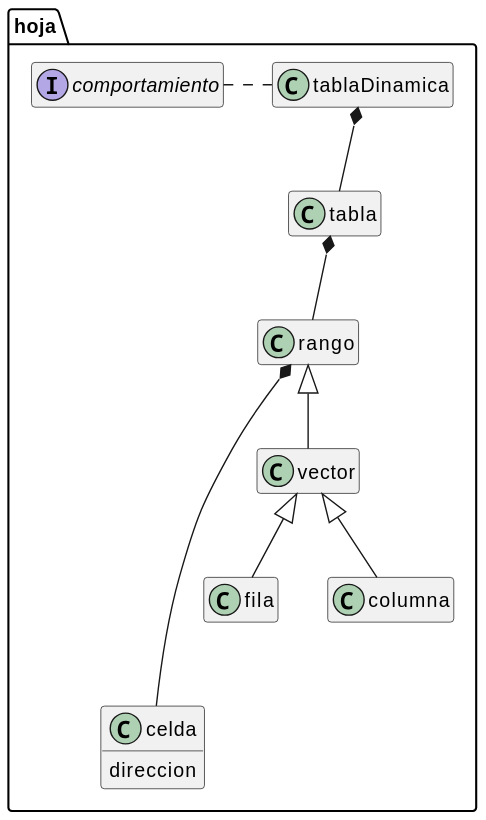
The PlantUML diagram images/modelosUML/docs/UMLdocs/esquema000.svg in mmasias/hdC, before a commit. The source it was exported from:
```plantuml
@startuml
hide empty members

package hoja{
    interface comportamiento
    rango *---- celda
    rango <|-- vector
    vector <|-- fila
    vector <|-- columna
    tabla *-- rango
    tablaDinamica *-- tabla
    tablaDinamica .l. comportamiento
}

class celda{
    direccion
}
@enduml
```
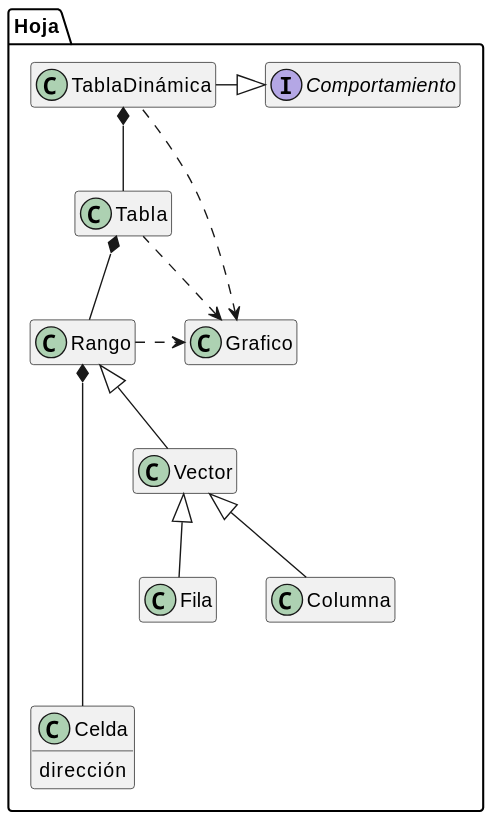
After the change.

What changed in the source:
```diff
@@ -1,18 +1,21 @@
 @startuml
 hide empty members
 
-package hoja{
-    interface comportamiento
-    rango *---- celda
-    rango <|-- vector
-    vector <|-- fila
-    vector <|-- columna
-    tabla *-- rango
-    tablaDinamica *-- tabla
-    tablaDinamica .l. comportamiento
+package Hoja {
+    interface Comportamiento
+    Rango *-d--- Celda
+    Rango <|-- Vector
+    Vector <|-- Fila
+    Vector <|-- Columna
+    Tabla *-d- Rango
+    TablaDinámica *-d- Tabla
+    TablaDinámica -r-|> Comportamiento
+    Grafico <.l. Rango
+    Grafico <.. Tabla
+    Grafico <.. TablaDinámica
 }
 
-class celda{
-    direccion
+class Celda{
+    dirección
 }
 @enduml
```
